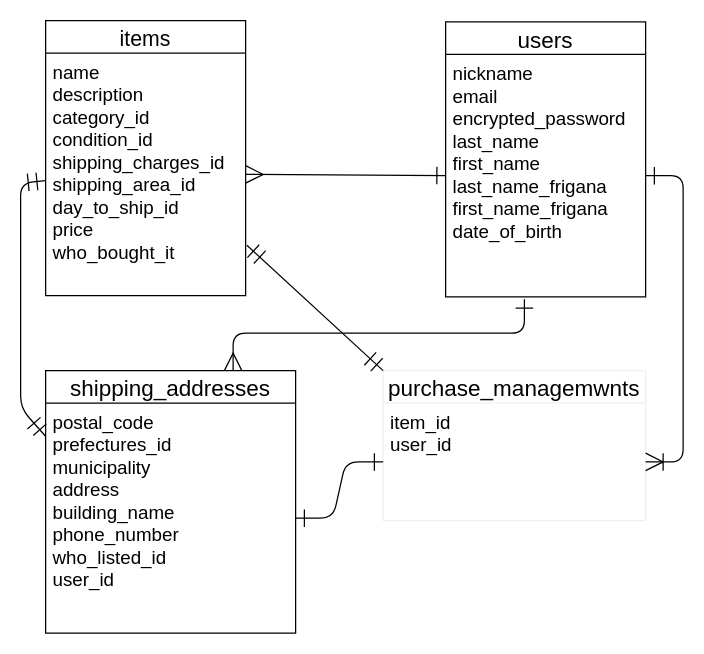
Before: test.dio in kazupin0930/furima-34016, a draw.io diagram. Source tidied: cells renumbered, new cells numbered last; positions are measured from the earlier drawing's top-left corner, leaving out a move shared by most shapes. Both pictures are drawn from the tidied source at 125%, with x=0, y=0 at pixel (20, 20).
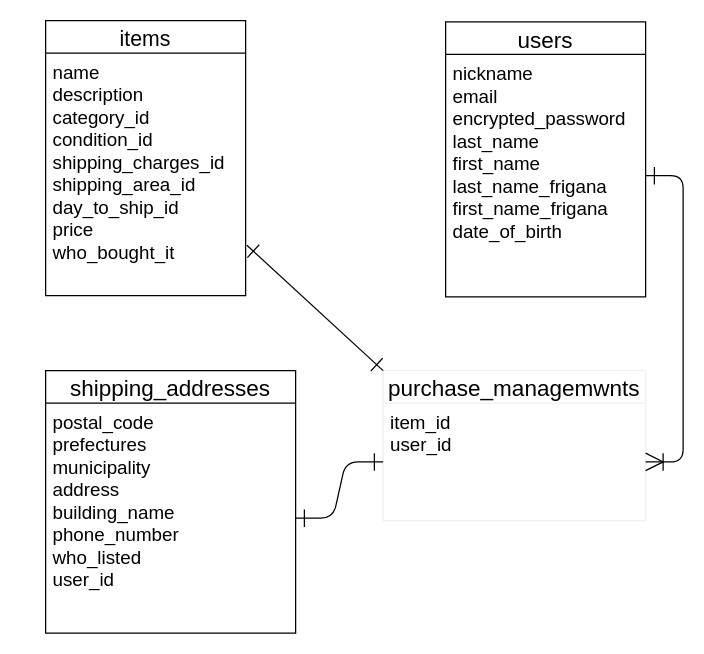
The same diagram, later.

Unchanged cells that the change refers to:
```xml
<mxCell id="3" value="purchase_managemwnts" style="swimlane;fontStyle=0;horizontal=1;startSize=26;align=center;fontSize=18;strokeColor=#F0F0F0;" parent="1" vertex="1">
  <mxGeometry x="290" y="280" width="210" height="120" as="geometry" />
</mxCell>
<mxCell id="6" value="nickname&#10;email&#10;encrypted_password&#10;last_name&#10;first_name&#10;last_name_frigana&#10;first_name_frigana&#10;date_of_birth" style="text;strokeColor=none;fillColor=none;spacingLeft=4;spacingRight=4;overflow=hidden;points=[[0,0.5],[1,0.5]];portConstraint=eastwest;fontSize=15;" parent="5" vertex="1">
  <mxGeometry y="26" width="160" height="194" as="geometry" />
</mxCell>
<mxCell id="7" value="shipping_addresses" style="swimlane;fontStyle=0;horizontal=1;startSize=26;align=center;fontSize=18;" parent="1" vertex="1">
  <mxGeometry x="20" y="280" width="200" height="210" as="geometry" />
</mxCell>
<mxCell id="16" value="name&#10;description&#10;category_id&#10;condition_id&#10;shipping_charges_id&#10;shipping_area_id&#10;day_to_ship_id&#10;price&#10;who_bought_it" style="text;strokeColor=none;fillColor=none;spacingLeft=4;spacingRight=4;overflow=hidden;points=[[0,0.5],[1,0.5]];portConstraint=eastwest;fontSize=15;verticalAlign=top;" parent="15" vertex="1">
  <mxGeometry y="26" width="160" height="194" as="geometry" />
</mxCell>
```

What changed in the source:
```diff
@@
-    <mxCell id="8" value="postal_code&#10;prefectures_id&#10;municipality&#10;address&#10;building_name&#10;phone_number&#10;who_listed_id&#10;user_id" style="text;strokeColor=none;fillColor=none;spacingLeft=4;spacingRight=4;overflow=hidden;points=[[0,0.5],[1,0.5]];portConstraint=eastwest;fontSize=15;" parent="7" vertex="1">
+    <mxCell id="8" value="postal_code&#10;prefectures&#10;municipality&#10;address&#10;building_name&#10;phone_number&#10;who_listed&#10;user_id" style="text;strokeColor=none;fillColor=none;spacingLeft=4;spacingRight=4;overflow=hidden;points=[[0,0.5],[1,0.5]];portConstraint=eastwest;fontSize=15;" parent="7" vertex="1">
       <mxGeometry y="26" width="200" height="184" as="geometry" />
     </mxCell>
-    <mxCell id="9" style="fontSize=12;html=1;endArrow=ERmany;startArrow=ERone;verticalAlign=top;exitX=0;exitY=0.5;exitDx=0;exitDy=0;strokeWidth=1;endSize=12;startSize=12;endFill=0;startFill=0;entryX=1;entryY=0.5;entryDx=0;entryDy=0;" parent="1" edge="1" source="6" target="16">
-      <mxGeometry relative="1" as="geometry" />
-    </mxCell>
@@
-    <mxCell id="11" style="fontSize=12;html=1;endArrow=ERmandOne;startArrow=ERmandOne;strokeWidth=1;entryX=0;entryY=0;entryDx=0;entryDy=0;exitX=1.006;exitY=0.808;exitDx=0;exitDy=0;exitPerimeter=0;endSize=12;startSize=12;" parent="1" edge="1" target="3">
+    <mxCell id="11" style="fontSize=12;html=1;endArrow=ERone;startArrow=ERone;strokeWidth=1;entryX=0;entryY=0;entryDx=0;entryDy=0;exitX=1.006;exitY=0.808;exitDx=0;exitDy=0;exitPerimeter=0;endSize=12;startSize=12;startFill=0;endFill=0;" parent="1" edge="1" target="3">
       <mxGeometry relative="1" as="geometry">
         <mxPoint x="181" y="179.7" as="sourcePoint" />
       </mxGeometry>
     </mxCell>
@@
-    <mxCell id="13" style="fontSize=12;html=1;endArrow=ERmandOne;startArrow=ERmandOne;strokeWidth=1;exitX=0;exitY=0.25;exitDx=0;exitDy=0;endSize=12;startSize=12;targetPerimeterSpacing=0;" parent="1" edge="1" source="7">
-      <mxGeometry relative="1" as="geometry">
-        <mxPoint x="20" y="128" as="targetPoint" />
-        <Array as="points">
-          <mxPoint y="310" />
-          <mxPoint y="260" />
-          <mxPoint y="240" />
-          <mxPoint y="180" />
-          <mxPoint y="130" />
-        </Array>
-      </mxGeometry>
-    </mxCell>
-    <mxCell id="14" style="fontSize=12;html=1;endArrow=ERmany;startArrow=ERone;strokeWidth=1;startFill=0;edgeStyle=orthogonalEdgeStyle;entryX=0.75;entryY=0;entryDx=0;entryDy=0;endSize=12;startSize=12;endFill=0;exitX=0.394;exitY=1.01;exitDx=0;exitDy=0;exitPerimeter=0;" parent="1" edge="1" source="6" target="7">
-      <mxGeometry relative="1" as="geometry">
-        <Array as="points">
-          <mxPoint x="403" y="250" />
-          <mxPoint x="170" y="250" />
-        </Array>
-      </mxGeometry>
-    </mxCell>
```
